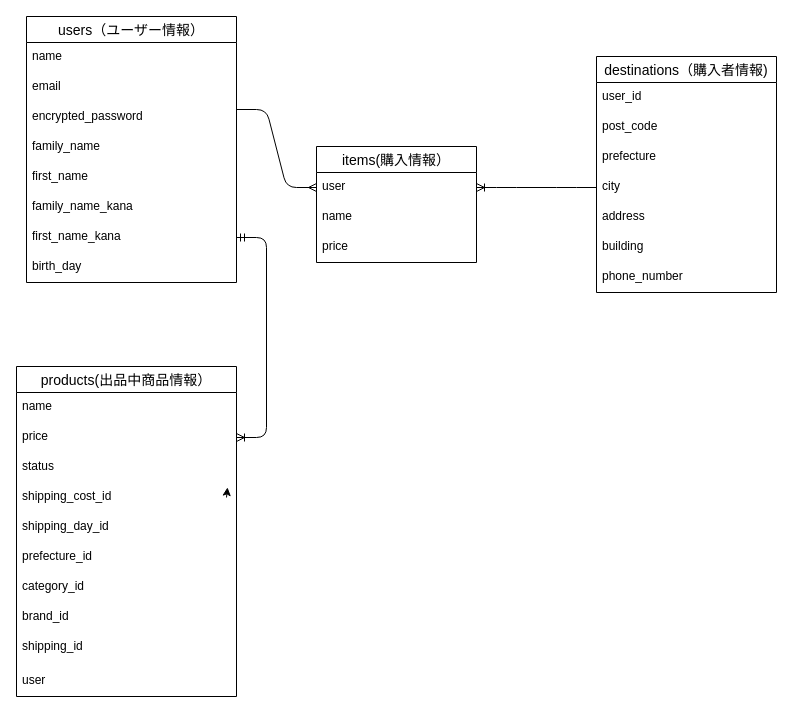
pyonkichi0628/furima-38835 keeps this draw.io diagram as furima.dio. Above is the earlier version. Source tidied: cells renumbered, new cells numbered last; positions are measured from the earlier drawing's top-left corner, leaving out a move shared by most shapes. Both pictures are drawn from the tidied source at 100%, with x=0, y=0 at pixel (16, 16).
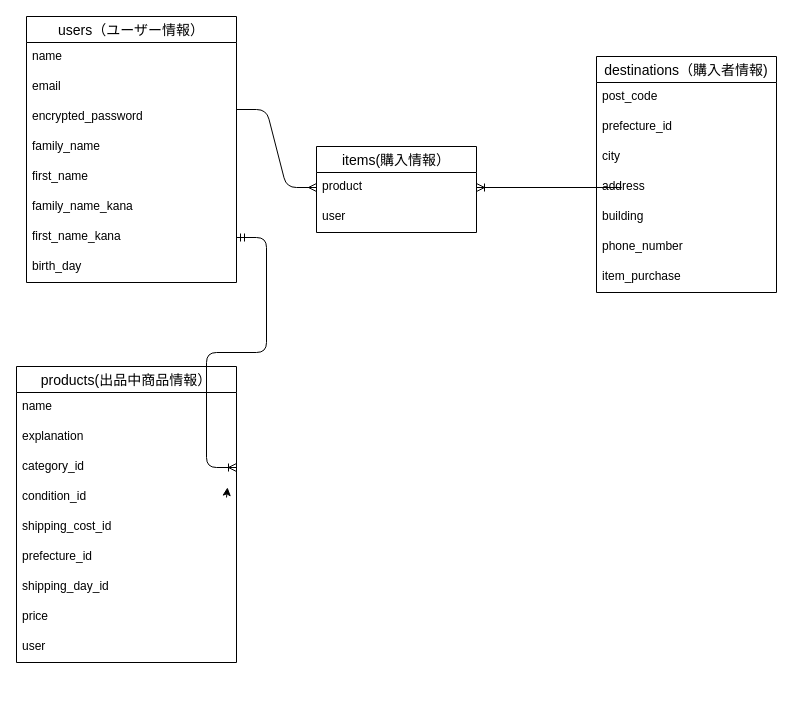
Above is the later version.

Commit message (it also covers changes not shown here):
データベース設計_修正10

Unchanged cells that the change refers to:
```xml
<mxCell id="9" value="first_name_kana" style="text;strokeColor=none;fillColor=none;spacingLeft=4;spacingRight=4;overflow=hidden;points=[[0,0.5],[1,0.5]];portConstraint=eastwest;fontSize=12;" parent="2" vertex="1">
  <mxGeometry y="206" width="210" height="30" as="geometry" />
</mxCell>
<mxCell id="11" value="destinations（購入者情報)" style="swimlane;fontStyle=0;horizontal=1;startSize=26;align=center;fontSize=14;" parent="1" vertex="1">
  <mxGeometry x="580" y="40" width="180" height="236" as="geometry" />
</mxCell>
```

The edit, as a diff of the source:
```diff
@@
-    <mxCell id="12" value="user_id" style="text;strokeColor=none;fillColor=none;spacingLeft=4;spacingRight=4;overflow=hidden;fontSize=12;" parent="11" vertex="1">
+    <mxCell id="12" value="post_code" style="text;strokeColor=none;fillColor=none;spacingLeft=4;spacingRight=4;overflow=hidden;fontSize=12;" parent="11" vertex="1">
       <mxGeometry y="26" width="180" height="30" as="geometry" />
     </mxCell>
-    <mxCell id="13" value="post_code" style="text;strokeColor=none;fillColor=none;spacingLeft=4;spacingRight=4;overflow=hidden;fontSize=12;" parent="11" vertex="1">
+    <mxCell id="13" value="prefecture_id" style="text;strokeColor=none;fillColor=none;spacingLeft=4;spacingRight=4;overflow=hidden;fontSize=12;" parent="11" vertex="1">
       <mxGeometry y="56" width="180" height="30" as="geometry" />
     </mxCell>
-    <mxCell id="14" value="prefecture" style="text;strokeColor=none;fillColor=none;spacingLeft=4;spacingRight=4;overflow=hidden;fontSize=12;" parent="11" vertex="1">
+    <mxCell id="14" value="city" style="text;strokeColor=none;fillColor=none;spacingLeft=4;spacingRight=4;overflow=hidden;fontSize=12;" parent="11" vertex="1">
       <mxGeometry y="86" width="180" height="30" as="geometry" />
     </mxCell>
-    <mxCell id="15" value="city" style="text;strokeColor=none;fillColor=none;spacingLeft=4;spacingRight=4;overflow=hidden;points=[[0,0.5],[1,0.5]];portConstraint=eastwest;fontSize=12;" parent="11" vertex="1">
-      <mxGeometry y="116" width="180" height="30" as="geometry" />
-    </mxCell>
-    <mxCell id="16" value="address" style="text;strokeColor=none;fillColor=none;spacingLeft=4;spacingRight=4;overflow=hidden;fontSize=12;" parent="11" vertex="1">
-      <mxGeometry y="146" width="180" height="30" as="geometry" />
-    </mxCell>
-    <mxCell id="17" value="building" style="text;strokeColor=none;fillColor=none;spacingLeft=4;spacingRight=4;overflow=hidden;fontSize=12;" parent="11" vertex="1">
-      <mxGeometry y="176" width="180" height="30" as="geometry" />
+    <mxCell id="17" value="address" style="text;strokeColor=none;fillColor=none;spacingLeft=4;spacingRight=4;overflow=hidden;fontSize=12;" parent="11" vertex="1">
+      <mxGeometry y="116" width="180" height="30" as="geometry" />
     </mxCell>
+    <mxCell id="38" value="building" style="text;strokeColor=none;fillColor=none;spacingLeft=4;spacingRight=4;overflow=hidden;fontSize=12;" parent="11" vertex="1">
+      <mxGeometry y="146" width="180" height="30" as="geometry" />
+    </mxCell>
+    <mxCell id="39" value="phone_number" style="text;strokeColor=none;fillColor=none;spacingLeft=4;spacingRight=4;overflow=hidden;fontSize=12;" parent="11" vertex="1">
+      <mxGeometry y="176" width="180" height="30" as="geometry" />
+    </mxCell>
-    <mxCell id="18" value="phone_number" style="text;strokeColor=none;fillColor=none;spacingLeft=4;spacingRight=4;overflow=hidden;fontSize=12;" parent="11" vertex="1">
+    <mxCell id="18" value="item_purchase" style="text;strokeColor=none;fillColor=none;spacingLeft=4;spacingRight=4;overflow=hidden;fontSize=12;" parent="11" vertex="1">
       <mxGeometry y="206" width="180" height="30" as="geometry" />
     </mxCell>
     <mxCell id="19" value="products(出品中商品情報）" style="swimlane;fontStyle=0;horizontal=1;startSize=26;align=center;fontSize=14;" parent="1" vertex="1">
-      <mxGeometry y="350" width="220" height="330" as="geometry" />
+      <mxGeometry y="350" width="220" height="296" as="geometry" />
     </mxCell>
@@
-    <mxCell id="21" value="price" style="text;strokeColor=none;fillColor=none;spacingLeft=4;spacingRight=4;overflow=hidden;points=[[0,0.5],[1,0.5]];portConstraint=eastwest;fontSize=12;" parent="19" vertex="1">
-      <mxGeometry y="56" width="220" height="30" as="geometry" />
-    </mxCell>
+    <mxCell id="40" value="explanation" style="text;strokeColor=none;fillColor=none;spacingLeft=4;spacingRight=4;overflow=hidden;fontSize=12;" parent="19" vertex="1">
+      <mxGeometry y="56" width="220" height="30" as="geometry" />
+    </mxCell>
-    <mxCell id="22" value="status" style="text;strokeColor=none;fillColor=none;spacingLeft=4;spacingRight=4;overflow=hidden;fontSize=12;" parent="19" vertex="1">
+    <mxCell id="22" value="category_id" style="text;strokeColor=none;fillColor=none;spacingLeft=4;spacingRight=4;overflow=hidden;fontSize=12;" parent="19" vertex="1">
       <mxGeometry y="86" width="220" height="30" as="geometry" />
     </mxCell>
-    <mxCell id="23" value="shipping_cost_id" style="text;strokeColor=none;fillColor=none;spacingLeft=4;spacingRight=4;overflow=hidden;fontSize=12;" parent="19" vertex="1">
+    <mxCell id="23" value="condition_id" style="text;strokeColor=none;fillColor=none;spacingLeft=4;spacingRight=4;overflow=hidden;fontSize=12;" parent="19" vertex="1">
       <mxGeometry y="116" width="220" height="30" as="geometry" />
     </mxCell>
-    <mxCell id="24" value="shipping_day_id" style="text;strokeColor=none;fillColor=none;spacingLeft=4;spacingRight=4;overflow=hidden;fontSize=12;" parent="19" vertex="1">
+    <mxCell id="24" value="shipping_cost_id" style="text;strokeColor=none;fillColor=none;spacingLeft=4;spacingRight=4;overflow=hidden;fontSize=12;" parent="19" vertex="1">
       <mxGeometry y="146" width="220" height="30" as="geometry" />
     </mxCell>
@@
-    <mxCell id="26" value="category_id" style="text;strokeColor=none;fillColor=none;spacingLeft=4;spacingRight=4;overflow=hidden;fontSize=12;" parent="19" vertex="1">
+    <mxCell id="26" value="shipping_day_id" style="text;strokeColor=none;fillColor=none;spacingLeft=4;spacingRight=4;overflow=hidden;fontSize=12;" parent="19" vertex="1">
       <mxGeometry y="206" width="220" height="30" as="geometry" />
     </mxCell>
-    <mxCell id="27" value="brand_id" style="text;strokeColor=none;fillColor=none;spacingLeft=4;spacingRight=4;overflow=hidden;fontSize=12;" parent="19" vertex="1">
+    <mxCell id="27" value="price" style="text;strokeColor=none;fillColor=none;spacingLeft=4;spacingRight=4;overflow=hidden;fontSize=12;" parent="19" vertex="1">
       <mxGeometry y="236" width="220" height="30" as="geometry" />
     </mxCell>
-    <mxCell id="28" value="shipping_id" style="text;strokeColor=none;fillColor=none;spacingLeft=4;spacingRight=4;overflow=hidden;fontSize=12;" parent="19" vertex="1">
-      <mxGeometry y="266" width="220" height="34" as="geometry" />
-    </mxCell>
     <mxCell id="29" value="user" style="text;strokeColor=none;fillColor=none;spacingLeft=4;spacingRight=4;overflow=hidden;fontSize=12;" parent="19" vertex="1">
-      <mxGeometry y="300" width="220" height="30" as="geometry" />
+      <mxGeometry y="266" width="220" height="30" as="geometry" />
     </mxCell>
@@
-    <mxCell id="31" style="edgeStyle=entityRelationEdgeStyle;fontSize=12;html=1;endArrow=ERoneToMany;startArrow=ERmandOne;exitX=1;exitY=0.5;exitDx=0;exitDy=0;" parent="1" edge="1" source="9" target="21">
-      <mxGeometry relative="1" as="geometry" />
+    <mxCell id="31" style="edgeStyle=entityRelationEdgeStyle;fontSize=12;html=1;endArrow=ERoneToMany;startArrow=ERmandOne;exitX=1;exitY=0.5;exitDx=0;exitDy=0;" parent="1" edge="1" source="9">
+      <mxGeometry relative="1" as="geometry">
+        <mxPoint x="220" y="451" as="targetPoint" />
+      </mxGeometry>
     </mxCell>
@@
     <mxCell id="33" value="items(購入情報）" style="swimlane;fontStyle=0;horizontal=1;startSize=26;align=center;fontSize=14;" parent="1" vertex="1">
-      <mxGeometry x="300" y="130" width="160" height="116" as="geometry" />
+      <mxGeometry x="300" y="130" width="160" height="86" as="geometry" />
     </mxCell>
-    <mxCell id="34" value="user&#10;" style="text;strokeColor=none;fillColor=none;spacingLeft=4;spacingRight=4;overflow=hidden;points=[[0,0.5],[1,0.5]];portConstraint=eastwest;fontSize=12;" parent="33" vertex="1">
+    <mxCell id="34" value="product" style="text;strokeColor=none;fillColor=none;spacingLeft=4;spacingRight=4;overflow=hidden;points=[[0,0.5],[1,0.5]];portConstraint=eastwest;fontSize=12;" parent="33" vertex="1">
       <mxGeometry y="26" width="160" height="30" as="geometry" />
     </mxCell>
-    <mxCell id="35" value="name" style="text;strokeColor=none;fillColor=none;spacingLeft=4;spacingRight=4;overflow=hidden;fontSize=12;" parent="33" vertex="1">
+    <mxCell id="35" value="user" style="text;strokeColor=none;fillColor=none;spacingLeft=4;spacingRight=4;overflow=hidden;fontSize=12;" parent="33" vertex="1">
       <mxGeometry y="56" width="160" height="30" as="geometry" />
     </mxCell>
-    <mxCell id="36" value="price" style="text;strokeColor=none;fillColor=none;spacingLeft=4;spacingRight=4;overflow=hidden;fontSize=12;" parent="33" vertex="1">
-      <mxGeometry y="86" width="160" height="30" as="geometry" />
-    </mxCell>
-    <mxCell id="37" style="edgeStyle=entityRelationEdgeStyle;fontSize=12;html=1;endArrow=ERoneToMany;exitX=0;exitY=0.5;exitDx=0;exitDy=0;entryX=1;entryY=0.5;entryDx=0;entryDy=0;" parent="1" edge="1" source="15" target="34">
-      <mxGeometry relative="1" as="geometry" />
+    <mxCell id="37" style="edgeStyle=entityRelationEdgeStyle;fontSize=12;html=1;endArrow=ERoneToMany;exitX=0;exitY=0.5;exitDx=0;exitDy=0;entryX=1;entryY=0.5;entryDx=0;entryDy=0;" parent="1" edge="1" target="34">
+      <mxGeometry relative="1" as="geometry">
+        <mxPoint x="580" y="171" as="sourcePoint" />
+      </mxGeometry>
     </mxCell>
```
